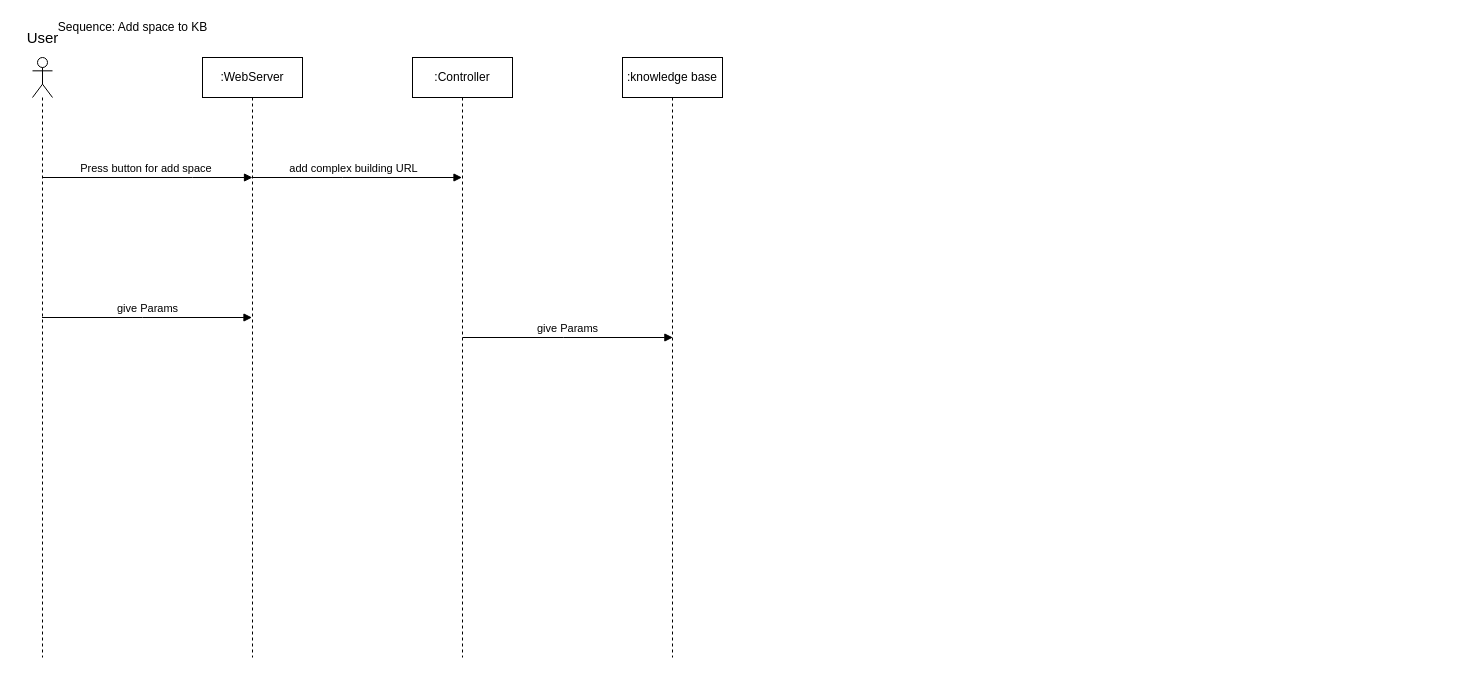
Hallvaeb/automation-p2-construction-knowledge-base keeps this draw.io diagram as page "Sequence Diagram" (4 of 8) of Diagrams/Diagrams.drawio. Above is the earlier version. Source tidied: cells renumbered, new cells numbered last; positions are measured from the earlier drawing's top-left corner, leaving out a move shared by most shapes. Both pictures are drawn from the tidied source at 100%, with x=0, y=0 at pixel (17, 17).
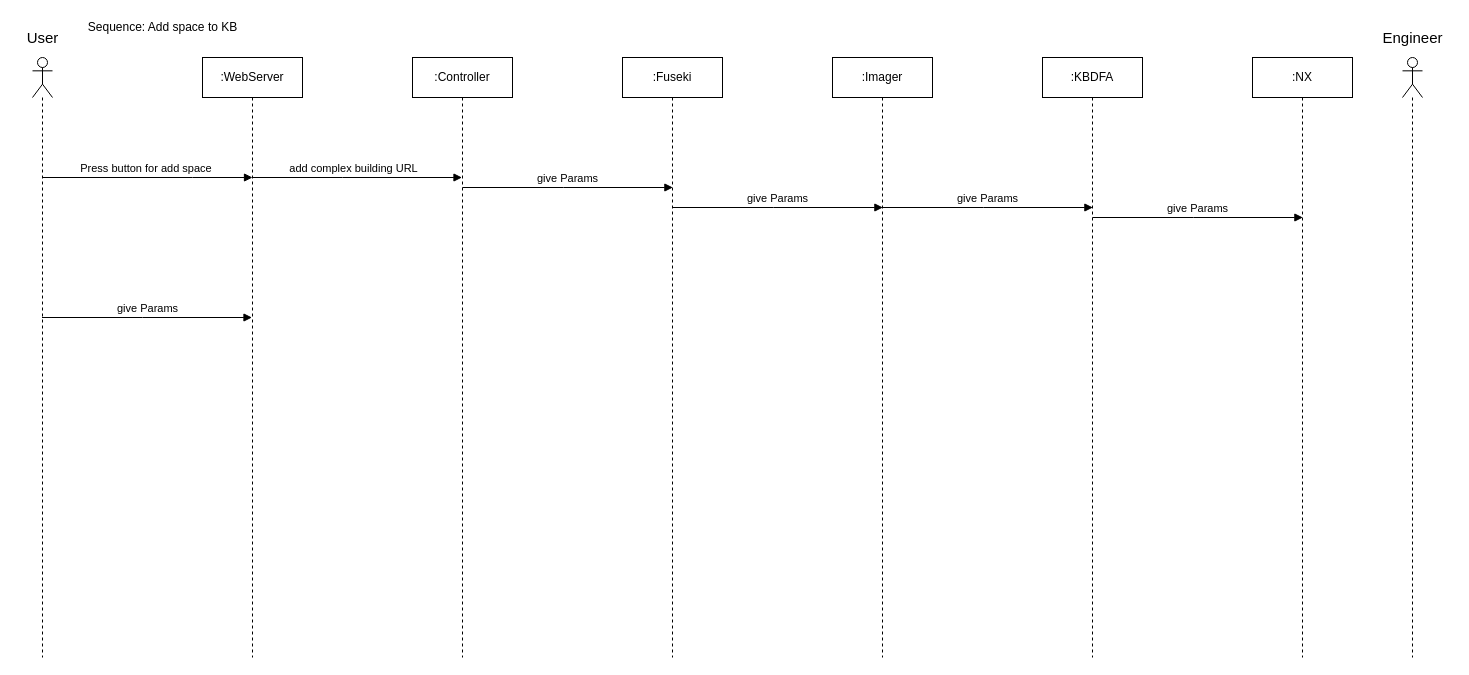
After the change.

Unchanged cells that the change refers to:
```xml
<mxCell id="7" value=":Controller" style="shape=umlLifeline;perimeter=lifelinePerimeter;whiteSpace=wrap;html=1;outlineConnect=0;" parent="1" vertex="1">
  <mxGeometry x="395" y="40" width="100" height="600" as="geometry" />
</mxCell>
```

The edit, as a diff of the source:
```diff
@@
-    <mxCell id="8" value="give Params" style="html=1;verticalAlign=bottom;endArrow=block;rounded=0;edgeStyle=orthogonalEdgeStyle;" parent="7" edge="1">
-      <mxGeometry relative="1" as="geometry">
-        <mxPoint x="50" y="280" as="sourcePoint" />
-        <mxPoint x="260.4" y="280" as="targetPoint" />
-        <Array as="points">
-          <mxPoint x="150.9" y="280" />
-          <mxPoint x="150.9" y="280" />
-        </Array>
-      </mxGeometry>
-    </mxCell>
@@
-    <mxCell id="10" value=":knowledge base" style="shape=umlLifeline;perimeter=lifelinePerimeter;whiteSpace=wrap;html=1;" parent="1" vertex="1">
+    <mxCell id="10" value=":Fuseki" style="shape=umlLifeline;perimeter=lifelinePerimeter;whiteSpace=wrap;html=1;" parent="1" vertex="1">
       <mxGeometry x="605" y="40" width="100" height="600" as="geometry" />
     </mxCell>
     <mxCell id="11" value="Sequence: Add space to KB" style="text;html=1;align=center;verticalAlign=middle;strokeColor=none;fillColor=none;" parent="1" vertex="1">
-      <mxGeometry x="35" width="160" height="20" as="geometry" />
+      <mxGeometry x="65" width="160" height="20" as="geometry" />
     </mxCell>
+    <mxCell id="8" value="give Params" style="html=1;verticalAlign=bottom;endArrow=block;rounded=0;edgeStyle=orthogonalEdgeStyle;" parent="1" edge="1">
+      <mxGeometry relative="1" as="geometry">
+        <mxPoint x="445" y="170" as="sourcePoint" />
+        <mxPoint x="655.4" y="170" as="targetPoint" />
+        <Array as="points">
+          <mxPoint x="545.9" y="170" />
+          <mxPoint x="545.9" y="170" />
+        </Array>
+      </mxGeometry>
+    </mxCell>
+    <mxCell id="12" value=":Imager" style="shape=umlLifeline;perimeter=lifelinePerimeter;whiteSpace=wrap;html=1;" parent="1" vertex="1">
+      <mxGeometry x="815" y="40" width="100" height="600" as="geometry" />
+    </mxCell>
+    <mxCell id="13" value="give Params" style="html=1;verticalAlign=bottom;endArrow=block;rounded=0;edgeStyle=orthogonalEdgeStyle;" parent="1" edge="1">
+      <mxGeometry relative="1" as="geometry">
+        <mxPoint x="865" y="190" as="sourcePoint" />
+        <mxPoint x="1075.4" y="190" as="targetPoint" />
+        <Array as="points">
+          <mxPoint x="965.9" y="190" />
+          <mxPoint x="965.9" y="190" />
+        </Array>
+      </mxGeometry>
+    </mxCell>
+    <mxCell id="14" value="give Params" style="html=1;verticalAlign=bottom;endArrow=block;rounded=0;edgeStyle=orthogonalEdgeStyle;" parent="1" edge="1">
+      <mxGeometry relative="1" as="geometry">
+        <mxPoint x="655" y="190" as="sourcePoint" />
+        <mxPoint x="865.4" y="190" as="targetPoint" />
+        <Array as="points">
+          <mxPoint x="755.9" y="190" />
+          <mxPoint x="755.9" y="190" />
+        </Array>
+      </mxGeometry>
+    </mxCell>
+    <mxCell id="15" value=":KBDFA" style="shape=umlLifeline;perimeter=lifelinePerimeter;whiteSpace=wrap;html=1;" parent="1" vertex="1">
+      <mxGeometry x="1025" y="40" width="100" height="600" as="geometry" />
+    </mxCell>
+    <mxCell id="16" value=":NX" style="shape=umlLifeline;perimeter=lifelinePerimeter;whiteSpace=wrap;html=1;" parent="1" vertex="1">
+      <mxGeometry x="1235" y="40" width="100" height="600" as="geometry" />
+    </mxCell>
+    <mxCell id="17" value="give Params" style="html=1;verticalAlign=bottom;endArrow=block;rounded=0;edgeStyle=orthogonalEdgeStyle;" parent="1" edge="1">
+      <mxGeometry relative="1" as="geometry">
+        <mxPoint x="1075" y="200" as="sourcePoint" />
+        <mxPoint x="1285.4" y="200" as="targetPoint" />
+        <Array as="points">
+          <mxPoint x="1175.9" y="200" />
+          <mxPoint x="1175.9" y="200" />
+        </Array>
+      </mxGeometry>
+    </mxCell>
+    <mxCell id="18" style="shape=umlLifeline;participant=umlActor;perimeter=lifelinePerimeter;whiteSpace=wrap;html=1;verticalAlign=top;spacingTop=36;" parent="1" vertex="1">
+      <mxGeometry x="1385" y="40" width="20" height="600" as="geometry" />
+    </mxCell>
+    <mxCell id="19" value="Engineer" style="text;html=1;align=center;verticalAlign=middle;strokeColor=none;fillColor=none;fontSize=15;" parent="1" vertex="1">
+      <mxGeometry x="1355" y="10" width="80" height="20" as="geometry" />
+    </mxCell>
```
